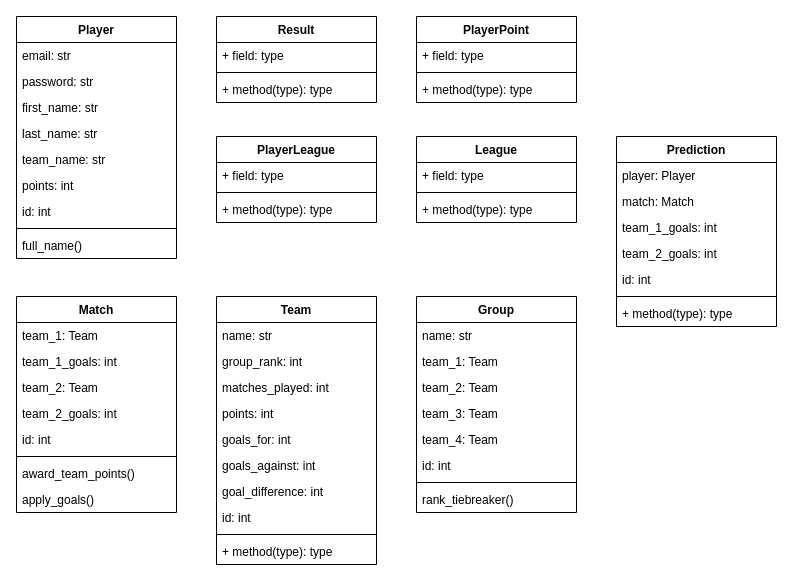
Stanhoucke/euros_predictor keeps this draw.io diagram as planning/class_diagram.drawio. Above is the earlier version. Source tidied: cells renumbered, new cells numbered last; positions are measured from the earlier drawing's top-left corner, leaving out a move shared by most shapes. Both pictures are drawn from the tidied source at 100%, with x=0, y=0 at pixel (16, 16).
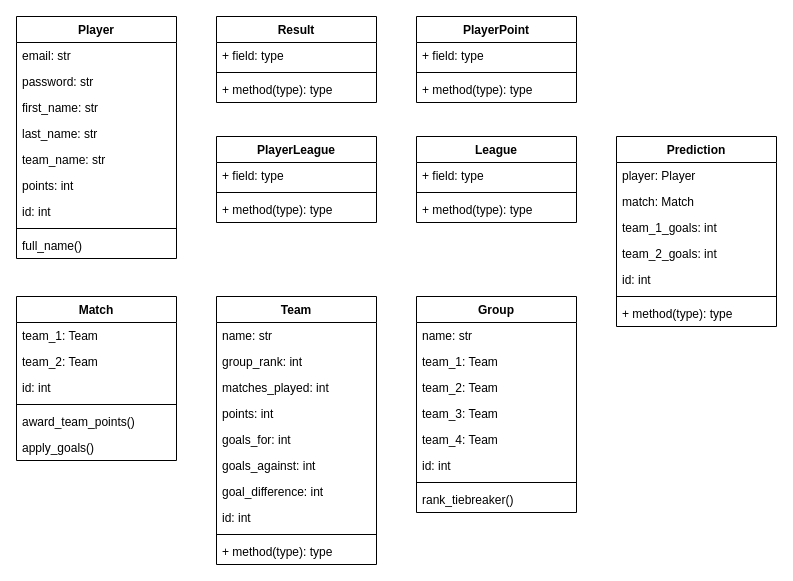
The same page after the edit.

Commit message (it also covers changes not shown here):
removed team 1 and 2 goals from matches

What changed in the source:
```diff
@@
     <mxCell id="23" value="Match" style="swimlane;fontStyle=1;align=center;verticalAlign=top;horizontal=1;startSize=26;" parent="1" vertex="1">
-      <mxGeometry y="280" width="160" height="216" as="geometry" />
+      <mxGeometry y="280" width="160" height="164" as="geometry" />
     </mxCell>
@@
-    <mxCell id="25" value="team_1_goals: int" style="text;strokeColor=none;fillColor=none;align=left;verticalAlign=top;spacingLeft=4;spacingRight=4;overflow=hidden;" parent="23" vertex="1">
-      <mxGeometry y="52" width="160" height="26" as="geometry" />
-    </mxCell>
     <mxCell id="26" value="team_2: Team" style="text;strokeColor=none;fillColor=none;align=left;verticalAlign=top;spacingLeft=4;spacingRight=4;overflow=hidden;" parent="23" vertex="1">
-      <mxGeometry y="78" width="160" height="26" as="geometry" />
+      <mxGeometry y="52" width="160" height="26" as="geometry" />
     </mxCell>
-    <mxCell id="27" value="team_2_goals: int" style="text;strokeColor=none;fillColor=none;align=left;verticalAlign=top;spacingLeft=4;spacingRight=4;overflow=hidden;" parent="23" vertex="1">
-      <mxGeometry y="104" width="160" height="26" as="geometry" />
-    </mxCell>
     <mxCell id="28" value="id: int" style="text;strokeColor=none;fillColor=none;align=left;verticalAlign=top;spacingLeft=4;spacingRight=4;overflow=hidden;" parent="23" vertex="1">
-      <mxGeometry y="130" width="160" height="26" as="geometry" />
+      <mxGeometry y="78" width="160" height="26" as="geometry" />
     </mxCell>
     <mxCell id="29" style="line;strokeWidth=1;fillColor=none;align=left;verticalAlign=middle;spacingTop=-1;spacingLeft=3;spacingRight=3;labelPosition=right;" parent="23" vertex="1">
-      <mxGeometry y="156" width="160" height="8" as="geometry" />
+      <mxGeometry y="104" width="160" height="8" as="geometry" />
     </mxCell>
     <mxCell id="30" value="award_team_points()" style="text;strokeColor=none;fillColor=none;align=left;verticalAlign=top;spacingLeft=4;spacingRight=4;overflow=hidden;" parent="23" vertex="1">
-      <mxGeometry y="164" width="160" height="26" as="geometry" />
+      <mxGeometry y="112" width="160" height="26" as="geometry" />
     </mxCell>
     <mxCell id="31" value="apply_goals()" style="text;strokeColor=none;fillColor=none;align=left;verticalAlign=top;spacingLeft=4;spacingRight=4;overflow=hidden;" parent="23" vertex="1">
-      <mxGeometry y="190" width="160" height="26" as="geometry" />
+      <mxGeometry y="138" width="160" height="26" as="geometry" />
     </mxCell>
```
